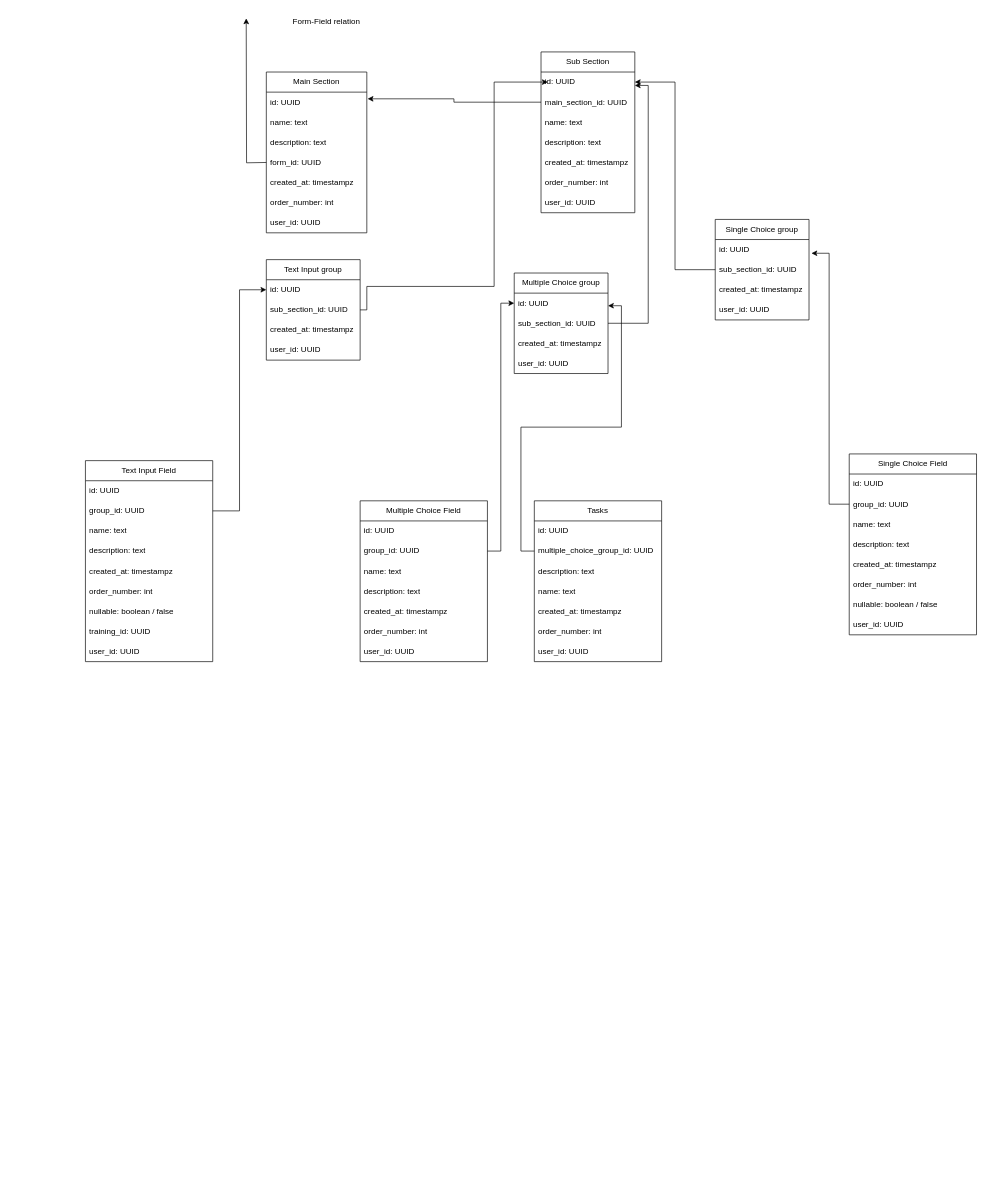
Earlier version of the draw.io diagram next-app-supabase/docs/Database.drawio (lucKulke/InspectEase). Source tidied: cells renumbered, new cells numbered last; positions are measured from the earlier drawing's top-left corner, leaving out a move shared by most shapes. Both pictures are drawn from the tidied source at 67%, with x=0, y=0 at pixel (85, 11).
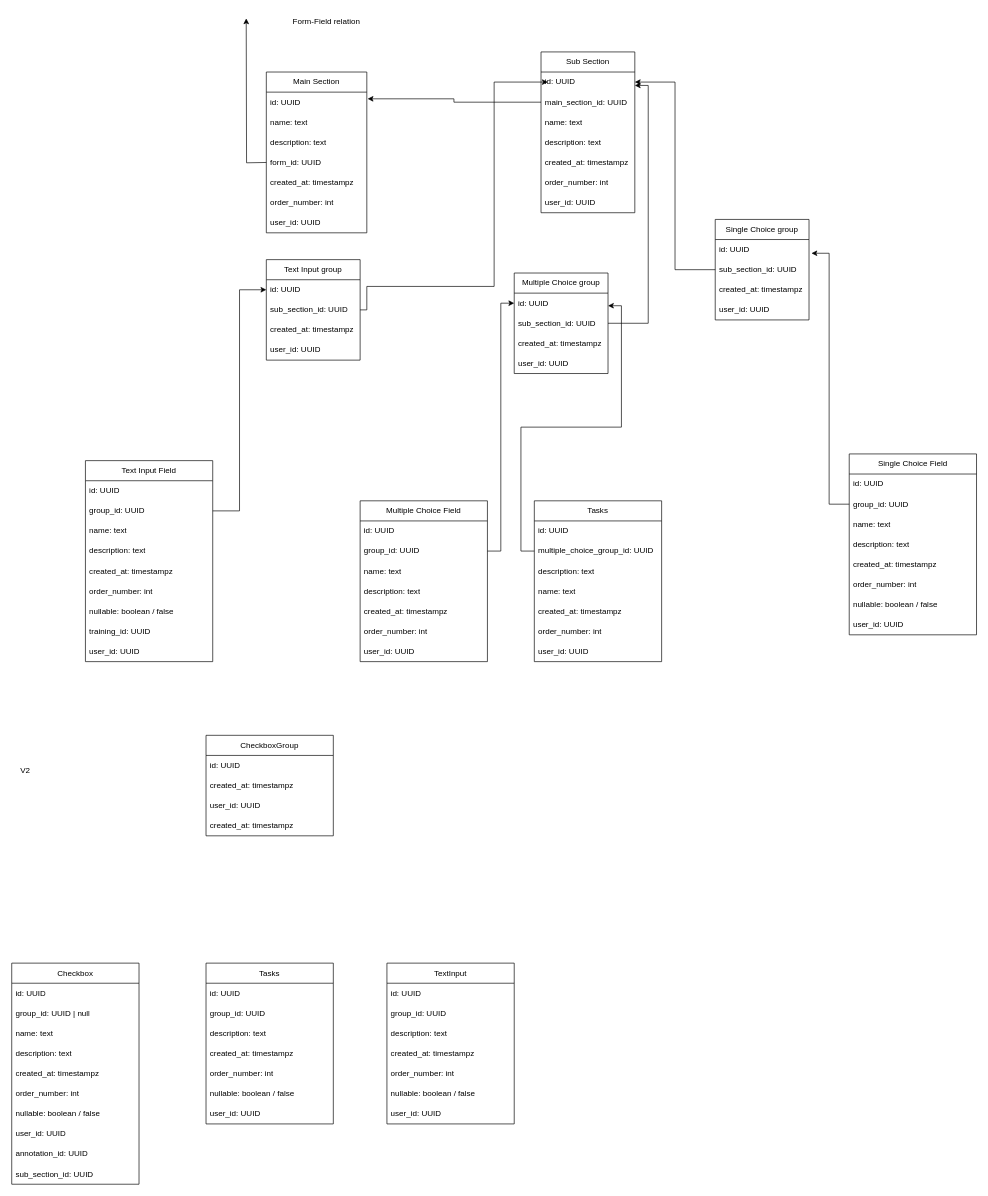
The same diagram, later.

Commit message (it also covers changes not shown here):
v2 of database layout

What changed in the source:
```diff
@@
+    <mxCell id="78" value="Checkbox" style="swimlane;fontStyle=0;horizontal=1;startSize=30;whiteSpace=wrap;html=1;" parent="1" vertex="1">
+      <mxGeometry x="-110" y="1420" width="190" height="330" as="geometry" />
+    </mxCell>
+    <mxCell id="79" value="id: UUID" style="text;strokeColor=none;fillColor=none;align=left;verticalAlign=middle;spacingLeft=4;spacingRight=4;overflow=hidden;whiteSpace=wrap;html=1;" parent="78" vertex="1">
+      <mxGeometry y="30" width="190" height="30" as="geometry" />
+    </mxCell>
+    <mxCell id="80" value="group_id: UUID | null" style="text;strokeColor=none;fillColor=none;align=left;verticalAlign=middle;spacingLeft=4;spacingRight=4;overflow=hidden;whiteSpace=wrap;html=1;" parent="78" vertex="1">
+      <mxGeometry y="60" width="190" height="30" as="geometry" />
+    </mxCell>
+    <mxCell id="81" value="name: text" style="text;strokeColor=none;fillColor=none;align=left;verticalAlign=middle;spacingLeft=4;spacingRight=4;overflow=hidden;whiteSpace=wrap;html=1;" parent="78" vertex="1">
+      <mxGeometry y="90" width="190" height="30" as="geometry" />
+    </mxCell>
+    <mxCell id="82" value="description: text" style="text;strokeColor=none;fillColor=none;align=left;verticalAlign=middle;spacingLeft=4;spacingRight=4;overflow=hidden;whiteSpace=wrap;html=1;" parent="78" vertex="1">
+      <mxGeometry y="120" width="190" height="30" as="geometry" />
+    </mxCell>
+    <mxCell id="83" value="created_at: timestampz" style="text;strokeColor=none;fillColor=none;align=left;verticalAlign=middle;spacingLeft=4;spacingRight=4;overflow=hidden;whiteSpace=wrap;html=1;" parent="78" vertex="1">
+      <mxGeometry y="150" width="190" height="30" as="geometry" />
+    </mxCell>
+    <mxCell id="84" value="order_number: int" style="text;strokeColor=none;fillColor=none;align=left;verticalAlign=middle;spacingLeft=4;spacingRight=4;overflow=hidden;whiteSpace=wrap;html=1;" parent="78" vertex="1">
+      <mxGeometry y="180" width="190" height="30" as="geometry" />
+    </mxCell>
+    <mxCell id="85" value="nullable: boolean / false" style="text;strokeColor=none;fillColor=none;align=left;verticalAlign=middle;spacingLeft=4;spacingRight=4;overflow=hidden;whiteSpace=wrap;html=1;" parent="78" vertex="1">
+      <mxGeometry y="210" width="190" height="30" as="geometry" />
+    </mxCell>
+    <mxCell id="86" value="user_id: UUID" style="text;strokeColor=none;fillColor=none;align=left;verticalAlign=middle;spacingLeft=4;spacingRight=4;overflow=hidden;whiteSpace=wrap;html=1;" parent="78" vertex="1">
+      <mxGeometry y="240" width="190" height="30" as="geometry" />
+    </mxCell>
+    <mxCell id="87" value="annotation_id: UUID" style="text;strokeColor=none;fillColor=none;align=left;verticalAlign=middle;spacingLeft=4;spacingRight=4;overflow=hidden;whiteSpace=wrap;html=1;" parent="78" vertex="1">
+      <mxGeometry y="270" width="190" height="30" as="geometry" />
+    </mxCell>
+    <mxCell id="88" value="sub_section_id: UUID" style="text;strokeColor=none;fillColor=none;align=left;verticalAlign=middle;spacingLeft=4;spacingRight=4;overflow=hidden;whiteSpace=wrap;html=1;" parent="78" vertex="1">
+      <mxGeometry y="300" width="190" height="30" as="geometry" />
+    </mxCell>
+    <mxCell id="89" value="V2" style="text;html=1;align=center;verticalAlign=middle;strokeColor=none;fillColor=none;" parent="1" vertex="1">
+      <mxGeometry x="-110" y="1118" width="40" height="30" as="geometry" />
+    </mxCell>
+    <mxCell id="90" value="Tasks" style="swimlane;fontStyle=0;horizontal=1;startSize=30;whiteSpace=wrap;html=1;" parent="1" vertex="1">
+      <mxGeometry x="180" y="1420" width="190" height="240" as="geometry" />
+    </mxCell>
+    <mxCell id="91" value="id: UUID" style="text;strokeColor=none;fillColor=none;align=left;verticalAlign=middle;spacingLeft=4;spacingRight=4;overflow=hidden;whiteSpace=wrap;html=1;" parent="90" vertex="1">
+      <mxGeometry y="30" width="190" height="30" as="geometry" />
+    </mxCell>
+    <mxCell id="92" value="group_id: UUID" style="text;strokeColor=none;fillColor=none;align=left;verticalAlign=middle;spacingLeft=4;spacingRight=4;overflow=hidden;whiteSpace=wrap;html=1;" parent="90" vertex="1">
+      <mxGeometry y="60" width="190" height="30" as="geometry" />
+    </mxCell>
+    <mxCell id="93" value="description: text" style="text;strokeColor=none;fillColor=none;align=left;verticalAlign=middle;spacingLeft=4;spacingRight=4;overflow=hidden;whiteSpace=wrap;html=1;" parent="90" vertex="1">
+      <mxGeometry y="90" width="190" height="30" as="geometry" />
+    </mxCell>
+    <mxCell id="94" value="created_at: timestampz" style="text;strokeColor=none;fillColor=none;align=left;verticalAlign=middle;spacingLeft=4;spacingRight=4;overflow=hidden;whiteSpace=wrap;html=1;" parent="90" vertex="1">
+      <mxGeometry y="120" width="190" height="30" as="geometry" />
+    </mxCell>
+    <mxCell id="95" value="order_number: int" style="text;strokeColor=none;fillColor=none;align=left;verticalAlign=middle;spacingLeft=4;spacingRight=4;overflow=hidden;whiteSpace=wrap;html=1;" parent="90" vertex="1">
+      <mxGeometry y="150" width="190" height="30" as="geometry" />
+    </mxCell>
+    <mxCell id="96" value="nullable: boolean / false" style="text;strokeColor=none;fillColor=none;align=left;verticalAlign=middle;spacingLeft=4;spacingRight=4;overflow=hidden;whiteSpace=wrap;html=1;" parent="90" vertex="1">
+      <mxGeometry y="180" width="190" height="30" as="geometry" />
+    </mxCell>
+    <mxCell id="97" value="user_id: UUID" style="text;strokeColor=none;fillColor=none;align=left;verticalAlign=middle;spacingLeft=4;spacingRight=4;overflow=hidden;whiteSpace=wrap;html=1;" parent="90" vertex="1">
+      <mxGeometry y="210" width="190" height="30" as="geometry" />
+    </mxCell>
+    <mxCell id="98" value="TextInput" style="swimlane;fontStyle=0;horizontal=1;startSize=30;whiteSpace=wrap;html=1;" parent="1" vertex="1">
+      <mxGeometry x="450" y="1420" width="190" height="240" as="geometry" />
+    </mxCell>
+    <mxCell id="99" value="id: UUID" style="text;strokeColor=none;fillColor=none;align=left;verticalAlign=middle;spacingLeft=4;spacingRight=4;overflow=hidden;whiteSpace=wrap;html=1;" parent="98" vertex="1">
+      <mxGeometry y="30" width="190" height="30" as="geometry" />
+    </mxCell>
+    <mxCell id="100" value="group_id: UUID" style="text;strokeColor=none;fillColor=none;align=left;verticalAlign=middle;spacingLeft=4;spacingRight=4;overflow=hidden;whiteSpace=wrap;html=1;" parent="98" vertex="1">
+      <mxGeometry y="60" width="190" height="30" as="geometry" />
+    </mxCell>
+    <mxCell id="101" value="description: text" style="text;strokeColor=none;fillColor=none;align=left;verticalAlign=middle;spacingLeft=4;spacingRight=4;overflow=hidden;whiteSpace=wrap;html=1;" parent="98" vertex="1">
+      <mxGeometry y="90" width="190" height="30" as="geometry" />
+    </mxCell>
+    <mxCell id="102" value="created_at: timestampz" style="text;strokeColor=none;fillColor=none;align=left;verticalAlign=middle;spacingLeft=4;spacingRight=4;overflow=hidden;whiteSpace=wrap;html=1;" parent="98" vertex="1">
+      <mxGeometry y="120" width="190" height="30" as="geometry" />
+    </mxCell>
+    <mxCell id="103" value="order_number: int" style="text;strokeColor=none;fillColor=none;align=left;verticalAlign=middle;spacingLeft=4;spacingRight=4;overflow=hidden;whiteSpace=wrap;html=1;" parent="98" vertex="1">
+      <mxGeometry y="150" width="190" height="30" as="geometry" />
+    </mxCell>
+    <mxCell id="104" value="nullable: boolean / false" style="text;strokeColor=none;fillColor=none;align=left;verticalAlign=middle;spacingLeft=4;spacingRight=4;overflow=hidden;whiteSpace=wrap;html=1;" parent="98" vertex="1">
+      <mxGeometry y="180" width="190" height="30" as="geometry" />
+    </mxCell>
+    <mxCell id="105" value="user_id: UUID" style="text;strokeColor=none;fillColor=none;align=left;verticalAlign=middle;spacingLeft=4;spacingRight=4;overflow=hidden;whiteSpace=wrap;html=1;" parent="98" vertex="1">
+      <mxGeometry y="210" width="190" height="30" as="geometry" />
+    </mxCell>
+    <mxCell id="106" value="CheckboxGroup" style="swimlane;fontStyle=0;horizontal=1;startSize=30;whiteSpace=wrap;html=1;" parent="1" vertex="1">
+      <mxGeometry x="180" y="1080" width="190" height="150" as="geometry" />
+    </mxCell>
+    <mxCell id="107" value="id: UUID" style="text;strokeColor=none;fillColor=none;align=left;verticalAlign=middle;spacingLeft=4;spacingRight=4;overflow=hidden;whiteSpace=wrap;html=1;" parent="106" vertex="1">
+      <mxGeometry y="30" width="190" height="30" as="geometry" />
+    </mxCell>
+    <mxCell id="108" value="created_at: timestampz" style="text;strokeColor=none;fillColor=none;align=left;verticalAlign=middle;spacingLeft=4;spacingRight=4;overflow=hidden;whiteSpace=wrap;html=1;" parent="106" vertex="1">
+      <mxGeometry y="60" width="190" height="30" as="geometry" />
+    </mxCell>
+    <mxCell id="109" value="user_id: UUID" style="text;strokeColor=none;fillColor=none;align=left;verticalAlign=middle;spacingLeft=4;spacingRight=4;overflow=hidden;whiteSpace=wrap;html=1;" parent="106" vertex="1">
+      <mxGeometry y="90" width="190" height="30" as="geometry" />
+    </mxCell>
+    <mxCell id="110" value="created_at: timestampz" style="text;strokeColor=none;fillColor=none;align=left;verticalAlign=middle;spacingLeft=4;spacingRight=4;overflow=hidden;whiteSpace=wrap;html=1;" parent="106" vertex="1">
+      <mxGeometry y="120" width="190" height="30" as="geometry" />
+    </mxCell>
```
